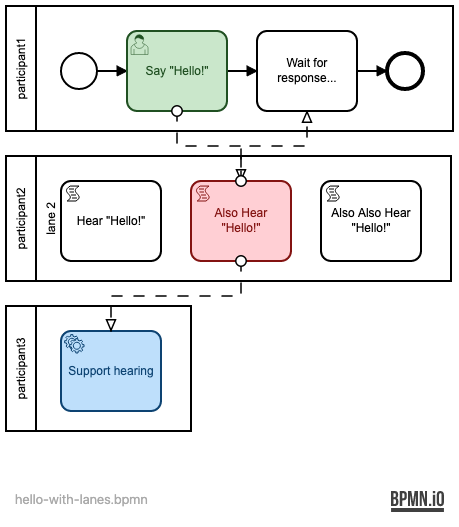
This is examples/hello-with-lanes.png from christophevg/bpmn-tools, a BPMN export, as it was before one commit. Its source is kept beside it as examples/hello-with-lanes.bpmn. Ids are renumbered.
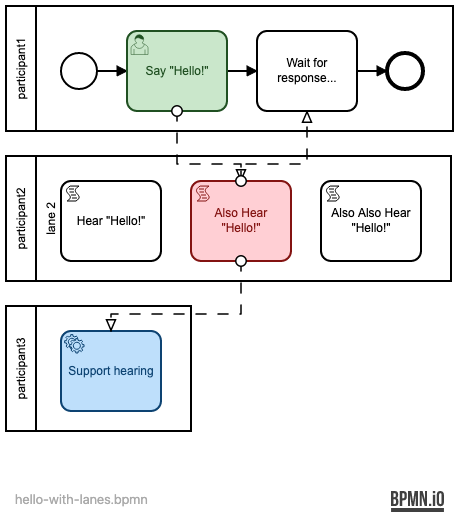
The same diagram one commit later.

Change to the diagram source:
```diff
@@ -1,128 +1,128 @@
-<bpmn:definitions id="definitions" xmlns:bpmn="http://www.omg.org/spec/BPMN/20100524/MODEL" xmlns:bpmndi="http://www.omg.org/spec/BPMN/20100524/DI" xmlns:dc="http://www.omg.org/spec/DD/20100524/DC" xmlns:di="http://www.omg.org/spec/DD/20100524/DI" xmlns:bioc="http://bpmn.io/schema/bpmn/biocolor/1.0" xmlns:color="http://www.omg.org/spec/BPMN/non-normative/color/1.0">
-	<bpmn:process id="process1">
-		<bpmn:sequenceFlow id="flow_start_hello" sourceRef="start" targetRef="hello"></bpmn:sequenceFlow>
-		<bpmn:sequenceFlow id="flow_hello_wait" sourceRef="hello" targetRef="wait"></bpmn:sequenceFlow>
-		<bpmn:sequenceFlow id="flow_wait_end" sourceRef="wait" targetRef="end"></bpmn:sequenceFlow>
-		<bpmn:startEvent id="start">
-			<bpmn:outgoing>flow_start_hello</bpmn:outgoing>
-		</bpmn:startEvent>
-		<bpmn:userTask id="hello" name='Say "Hello!"'>
-			<bpmn:incoming>flow_start_hello</bpmn:incoming>
-			<bpmn:outgoing>flow_hello_wait</bpmn:outgoing>
-			<bpmn:outgoing>flow_hello_hear2</bpmn:outgoing>
-		</bpmn:userTask>
-		<bpmn:task id="wait" name="Wait for response...">
-			<bpmn:incoming>flow_hello_wait</bpmn:incoming>
-			<bpmn:incoming>flow_hear2_wait</bpmn:incoming>
-			<bpmn:outgoing>flow_wait_end</bpmn:outgoing>
-		</bpmn:task>
-		<bpmn:endEvent id="end">
-			<bpmn:incoming>flow_wait_end</bpmn:incoming>
-		</bpmn:endEvent>
-	</bpmn:process>
-	<bpmn:process id="process2">
-		<bpmn:scriptTask id="hear" name='Hear "Hello!"'></bpmn:scriptTask>
-		<bpmn:scriptTask id="hear2" name='Also Hear "Hello!"'>
-			<bpmn:incoming>flow_hello_hear2</bpmn:incoming>
-			<bpmn:outgoing>flow_hear2_wait</bpmn:outgoing>
-			<bpmn:outgoing>flow_hear2_support</bpmn:outgoing>
-		</bpmn:scriptTask>
-		<bpmn:scriptTask id="hear3" name='Also Also Hear "Hello!"'></bpmn:scriptTask>
-		<bpmn:laneSet id="LaneSet_process2">
-			<bpmn:lane id="lane2" name="lane 2">
-				<bpmn:flowNodeRef>hear</bpmn:flowNodeRef>
-				<bpmn:flowNodeRef>hear2</bpmn:flowNodeRef>
-				<bpmn:flowNodeRef>hear3</bpmn:flowNodeRef>
-			</bpmn:lane>
-		</bpmn:laneSet>
-	</bpmn:process>
-	<bpmn:process id="process3">
-		<bpmn:serviceTask id="support" name="Support hearing">
-			<bpmn:incoming>flow_hear2_support</bpmn:incoming>
-		</bpmn:serviceTask>
-	</bpmn:process>
-	<bpmn:collaboration id="collaboration">
-		<bpmn:participant id="participant1" name="participant1" processRef="process1"></bpmn:participant>
-		<bpmn:participant id="participant2" name="participant2" processRef="process2"></bpmn:participant>
-		<bpmn:participant id="participant3" name="participant3" processRef="process3"></bpmn:participant>
-		<bpmn:messageFlow id="flow_hello_hear2" sourceRef="hello" targetRef="hear2"></bpmn:messageFlow>
-		<bpmn:messageFlow id="flow_hear2_wait" sourceRef="hear2" targetRef="wait"></bpmn:messageFlow>
-		<bpmn:messageFlow id="flow_hear2_support" sourceRef="hear2" targetRef="support"></bpmn:messageFlow>
-	</bpmn:collaboration>
-	<bpmndi:BPMNDiagram id="diagram">
-		<bpmndi:BPMNPlane id="plane_collaboration" bpmnElement="collaboration">
-			<bpmndi:BPMNShape id="shape_participant1" bpmnElement="participant1" isHorizontal="true">
-				<dc:Bounds x="160" y="80" height="125" width="447"></dc:Bounds>
-			</bpmndi:BPMNShape>
-			<bpmndi:BPMNShape id="shape_start" bpmnElement="start">
-				<dc:Bounds x="215" y="127" height="36" width="36"></dc:Bounds>
-			</bpmndi:BPMNShape>
-			<bpmndi:BPMNShape id="shape_hello" bpmnElement="hello" bioc:stroke="#205022" bioc:fill="#c8e6c9" color:background-color="#c8e6c9" color:border-color="#205022">
-				<dc:Bounds x="281" y="105" height="80" width="100"></dc:Bounds>
-				<bpmndi:BPMNLabel></bpmndi:BPMNLabel>
-			</bpmndi:BPMNShape>
-			<bpmndi:BPMNShape id="shape_wait" bpmnElement="wait">
-				<dc:Bounds x="411" y="105" height="80" width="100"></dc:Bounds>
-				<bpmndi:BPMNLabel></bpmndi:BPMNLabel>
-			</bpmndi:BPMNShape>
-			<bpmndi:BPMNShape id="shape_end" bpmnElement="end">
-				<dc:Bounds x="541" y="127" height="36" width="36"></dc:Bounds>
-			</bpmndi:BPMNShape>
-			<bpmndi:BPMNShape id="shape_participant2" bpmnElement="participant2" isHorizontal="true">
-				<dc:Bounds x="160" y="230" height="125" width="445"></dc:Bounds>
-			</bpmndi:BPMNShape>
-			<bpmndi:BPMNShape id="shape_lane2" bpmnElement="lane2" isHorizontal="true">
-				<dc:Bounds x="190" y="230" height="125" width="415"></dc:Bounds>
-			</bpmndi:BPMNShape>
-			<bpmndi:BPMNShape id="shape_hear" bpmnElement="hear">
-				<dc:Bounds x="215" y="255" height="80" width="100"></dc:Bounds>
-				<bpmndi:BPMNLabel></bpmndi:BPMNLabel>
-			</bpmndi:BPMNShape>
-			<bpmndi:BPMNShape id="shape_hear2" bpmnElement="hear2" bioc:stroke="#831311" bioc:fill="#ffcdd2" color:background-color="#ffcdd2" color:border-color="#831311">
-				<dc:Bounds x="345" y="255" height="80" width="100"></dc:Bounds>
-				<bpmndi:BPMNLabel></bpmndi:BPMNLabel>
-			</bpmndi:BPMNShape>
-			<bpmndi:BPMNShape id="shape_hear3" bpmnElement="hear3">
-				<dc:Bounds x="475" y="255" height="80" width="100"></dc:Bounds>
-				<bpmndi:BPMNLabel></bpmndi:BPMNLabel>
-			</bpmndi:BPMNShape>
-			<bpmndi:BPMNShape id="shape_participant3" bpmnElement="participant3" isHorizontal="true">
-				<dc:Bounds x="160" y="380" height="125" width="185"></dc:Bounds>
-			</bpmndi:BPMNShape>
-			<bpmndi:BPMNShape id="shape_support" bpmnElement="support" bioc:stroke="#0d4372" bioc:fill="#bbdefb" color:background-color="#bbdefb" color:border-color="#0d4372">
-				<dc:Bounds x="215" y="405" height="80" width="100"></dc:Bounds>
-				<bpmndi:BPMNLabel></bpmndi:BPMNLabel>
-			</bpmndi:BPMNShape>
-			<bpmndi:BPMNEdge id="edge_flow_start_hello" bpmnElement="flow_start_hello">
-				<di:waypoint x="251" y="145"></di:waypoint>
-				<di:waypoint x="281" y="145"></di:waypoint>
-			</bpmndi:BPMNEdge>
-			<bpmndi:BPMNEdge id="edge_flow_hello_wait" bpmnElement="flow_hello_wait">
-				<di:waypoint x="381" y="145"></di:waypoint>
-				<di:waypoint x="411" y="145"></di:waypoint>
-			</bpmndi:BPMNEdge>
-			<bpmndi:BPMNEdge id="edge_flow_wait_end" bpmnElement="flow_wait_end">
-				<di:waypoint x="511" y="145"></di:waypoint>
-				<di:waypoint x="541" y="145"></di:waypoint>
-			</bpmndi:BPMNEdge>
-			<bpmndi:BPMNEdge id="edge_flow_hello_hear2" bpmnElement="flow_hello_hear2">
-				<di:waypoint x="331" y="185"></di:waypoint>
-				<di:waypoint x="331" y="220"></di:waypoint>
-				<di:waypoint x="395" y="220"></di:waypoint>
-				<di:waypoint x="395" y="255"></di:waypoint>
-			</bpmndi:BPMNEdge>
-			<bpmndi:BPMNEdge id="edge_flow_hear2_wait" bpmnElement="flow_hear2_wait">
-				<di:waypoint x="395" y="255"></di:waypoint>
-				<di:waypoint x="395" y="220"></di:waypoint>
-				<di:waypoint x="461" y="220"></di:waypoint>
-				<di:waypoint x="461" y="185"></di:waypoint>
-			</bpmndi:BPMNEdge>
-			<bpmndi:BPMNEdge id="edge_flow_hear2_support" bpmnElement="flow_hear2_support">
-				<di:waypoint x="395" y="335"></di:waypoint>
-				<di:waypoint x="395" y="370"></di:waypoint>
-				<di:waypoint x="265" y="370"></di:waypoint>
-				<di:waypoint x="265" y="405"></di:waypoint>
-			</bpmndi:BPMNEdge>
-		</bpmndi:BPMNPlane>
-	</bpmndi:BPMNDiagram>
+<bpmn:definitions id="definitions" xmlns:bpmn="http://www.omg.org/spec/BPMN/20100524/MODEL" xmlns:bpmndi="http://www.omg.org/spec/BPMN/20100524/DI" xmlns:dc="http://www.omg.org/spec/DD/20100524/DC" xmlns:di="http://www.omg.org/spec/DD/20100524/DI" xmlns:bioc="http://bpmn.io/schema/bpmn/biocolor/1.0" xmlns:color="http://www.omg.org/spec/BPMN/non-normative/color/1.0" xmlns:zeebe="https://camunda.org/schema/zeebe/1.0">
+  <bpmn:process id="process1">
+    <bpmn:sequenceFlow id="flow_start_hello" sourceRef="start" targetRef="hello"/>
+    <bpmn:sequenceFlow id="flow_hello_wait" sourceRef="hello" targetRef="wait"/>
+    <bpmn:sequenceFlow id="flow_wait_end" sourceRef="wait" targetRef="end"/>
+    <bpmn:startEvent id="start">
+      <bpmn:outgoing>flow_start_hello</bpmn:outgoing>
+    </bpmn:startEvent>
+    <bpmn:userTask id="hello" name='Say "Hello!"'>
+      <bpmn:incoming>flow_start_hello</bpmn:incoming>
+      <bpmn:outgoing>flow_hello_wait</bpmn:outgoing>
+      <bpmn:outgoing>flow_hello_hear2</bpmn:outgoing>
+    </bpmn:userTask>
+    <bpmn:task id="wait" name="Wait for response...">
+      <bpmn:incoming>flow_hello_wait</bpmn:incoming>
+      <bpmn:incoming>flow_hear2_wait</bpmn:incoming>
+      <bpmn:outgoing>flow_wait_end</bpmn:outgoing>
+    </bpmn:task>
+    <bpmn:endEvent id="end">
+      <bpmn:incoming>flow_wait_end</bpmn:incoming>
+    </bpmn:endEvent>
+  </bpmn:process>
+  <bpmn:process id="process2">
+    <bpmn:scriptTask id="hear" name='Hear "Hello!"'/>
+    <bpmn:scriptTask id="hear2" name='Also Hear "Hello!"'>
+      <bpmn:incoming>flow_hello_hear2</bpmn:incoming>
+      <bpmn:outgoing>flow_hear2_wait</bpmn:outgoing>
+      <bpmn:outgoing>flow_hear2_support</bpmn:outgoing>
+    </bpmn:scriptTask>
+    <bpmn:scriptTask id="hear3" name='Also Also Hear "Hello!"'/>
+    <bpmn:laneSet id="LaneSet_process2">
+      <bpmn:lane id="lane2" name="lane 2">
+        <bpmn:flowNodeRef>hear</bpmn:flowNodeRef>
+        <bpmn:flowNodeRef>hear2</bpmn:flowNodeRef>
+        <bpmn:flowNodeRef>hear3</bpmn:flowNodeRef>
+      </bpmn:lane>
+    </bpmn:laneSet>
+  </bpmn:process>
+  <bpmn:process id="process3">
+    <bpmn:serviceTask id="support" name="Support hearing">
+      <bpmn:incoming>flow_hear2_support</bpmn:incoming>
+    </bpmn:serviceTask>
+  </bpmn:process>
+  <bpmn:collaboration id="collaboration">
+    <bpmn:participant id="participant1" name="participant1" processRef="process1"/>
+    <bpmn:participant id="participant2" name="participant2" processRef="process2"/>
+    <bpmn:participant id="participant3" name="participant3" processRef="process3"/>
+    <bpmn:messageFlow id="flow_hello_hear2" sourceRef="hello" targetRef="hear2"/>
+    <bpmn:messageFlow id="flow_hear2_wait" sourceRef="hear2" targetRef="wait"/>
+    <bpmn:messageFlow id="flow_hear2_support" sourceRef="hear2" targetRef="support"/>
+  </bpmn:collaboration>
+  <bpmndi:BPMNDiagram id="diagram">
+    <bpmndi:BPMNPlane id="plane_collaboration" bpmnElement="collaboration">
+      <bpmndi:BPMNShape id="shape_participant1" bpmnElement="participant1" isHorizontal="true">
+        <dc:Bounds x="160" y="80" height="125" width="447"/>
+      </bpmndi:BPMNShape>
+      <bpmndi:BPMNShape id="shape_start" bpmnElement="start">
+        <dc:Bounds x="215" y="127" height="36" width="36"/>
+      </bpmndi:BPMNShape>
+      <bpmndi:BPMNShape id="shape_hello" bpmnElement="hello" bioc:stroke="#205022" bioc:fill="#c8e6c9" color:background-color="#c8e6c9" color:border-color="#205022">
+        <dc:Bounds x="281" y="105" height="80" width="100"/>
+        <bpmndi:BPMNLabel/>
+      </bpmndi:BPMNShape>
+      <bpmndi:BPMNShape id="shape_wait" bpmnElement="wait">
+        <dc:Bounds x="411" y="105" height="80" width="100"/>
+        <bpmndi:BPMNLabel/>
+      </bpmndi:BPMNShape>
+      <bpmndi:BPMNShape id="shape_end" bpmnElement="end">
+        <dc:Bounds x="541" y="127" height="36" width="36"/>
+      </bpmndi:BPMNShape>
+      <bpmndi:BPMNShape id="shape_participant2" bpmnElement="participant2" isHorizontal="true">
+        <dc:Bounds x="160" y="230" height="125" width="445"/>
+      </bpmndi:BPMNShape>
+      <bpmndi:BPMNShape id="shape_lane2" bpmnElement="lane2" isHorizontal="true">
+        <dc:Bounds x="190" y="230" height="125" width="415"/>
+      </bpmndi:BPMNShape>
+      <bpmndi:BPMNShape id="shape_hear" bpmnElement="hear">
+        <dc:Bounds x="215" y="255" height="80" width="100"/>
+        <bpmndi:BPMNLabel/>
+      </bpmndi:BPMNShape>
+      <bpmndi:BPMNShape id="shape_hear2" bpmnElement="hear2" bioc:stroke="#831311" bioc:fill="#ffcdd2" color:background-color="#ffcdd2" color:border-color="#831311">
+        <dc:Bounds x="345" y="255" height="80" width="100"/>
+        <bpmndi:BPMNLabel/>
+      </bpmndi:BPMNShape>
+      <bpmndi:BPMNShape id="shape_hear3" bpmnElement="hear3">
+        <dc:Bounds x="475" y="255" height="80" width="100"/>
+        <bpmndi:BPMNLabel/>
+      </bpmndi:BPMNShape>
+      <bpmndi:BPMNShape id="shape_participant3" bpmnElement="participant3" isHorizontal="true">
+        <dc:Bounds x="160" y="380" height="125" width="185"/>
+      </bpmndi:BPMNShape>
+      <bpmndi:BPMNShape id="shape_support" bpmnElement="support" bioc:stroke="#0d4372" bioc:fill="#bbdefb" color:background-color="#bbdefb" color:border-color="#0d4372">
+        <dc:Bounds x="215" y="405" height="80" width="100"/>
+        <bpmndi:BPMNLabel/>
+      </bpmndi:BPMNShape>
+      <bpmndi:BPMNEdge id="edge_flow_start_hello" bpmnElement="flow_start_hello">
+        <di:waypoint x="251" y="145"/>
+        <di:waypoint x="281" y="145"/>
+      </bpmndi:BPMNEdge>
+      <bpmndi:BPMNEdge id="edge_flow_hello_wait" bpmnElement="flow_hello_wait">
+        <di:waypoint x="381" y="145"/>
+        <di:waypoint x="411" y="145"/>
+      </bpmndi:BPMNEdge>
+      <bpmndi:BPMNEdge id="edge_flow_wait_end" bpmnElement="flow_wait_end">
+        <di:waypoint x="511" y="145"/>
+        <di:waypoint x="541" y="145"/>
+      </bpmndi:BPMNEdge>
+      <bpmndi:BPMNEdge id="edge_flow_hello_hear2" bpmnElement="flow_hello_hear2">
+        <di:waypoint x="331" y="185"/>
+        <di:waypoint x="331" y="238"/>
+        <di:waypoint x="395" y="238"/>
+        <di:waypoint x="395" y="255"/>
+      </bpmndi:BPMNEdge>
+      <bpmndi:BPMNEdge id="edge_flow_hear2_wait" bpmnElement="flow_hear2_wait">
+        <di:waypoint x="395" y="255"/>
+        <di:waypoint x="395" y="238"/>
+        <di:waypoint x="461" y="238"/>
+        <di:waypoint x="461" y="185"/>
+      </bpmndi:BPMNEdge>
+      <bpmndi:BPMNEdge id="edge_flow_hear2_support" bpmnElement="flow_hear2_support">
+        <di:waypoint x="395" y="335"/>
+        <di:waypoint x="395" y="388"/>
+        <di:waypoint x="265" y="388"/>
+        <di:waypoint x="265" y="405"/>
+      </bpmndi:BPMNEdge>
+    </bpmndi:BPMNPlane>
+  </bpmndi:BPMNDiagram>
 </bpmn:definitions>
```
